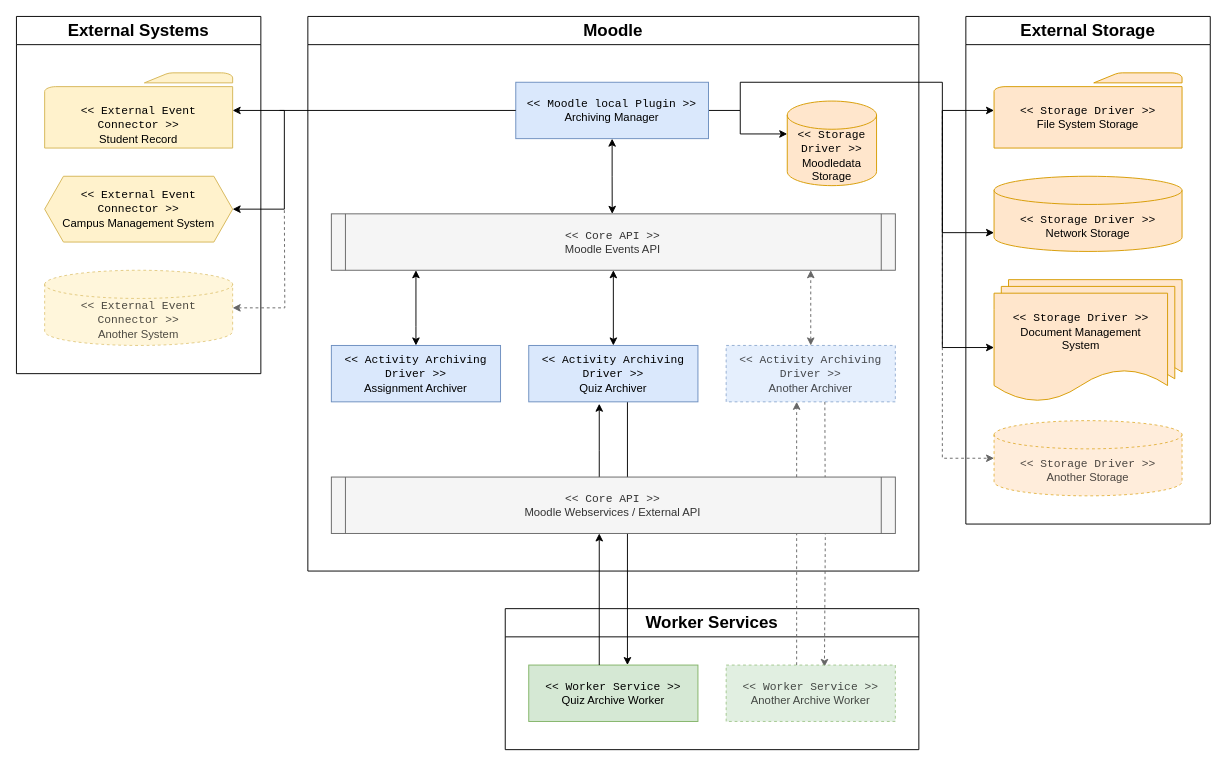
The draw.io diagram docs/dev/components/architecture-overview.drawio in ngandrass/moodle-local_archiving, before the edit. Source tidied: cells renumbered, new cells numbered last; positions are measured from the earlier drawing's top-left corner, leaving out a move shared by most shapes. Both pictures are drawn from the tidied source at 94%, with x=0, y=0 at pixel (16, 16).
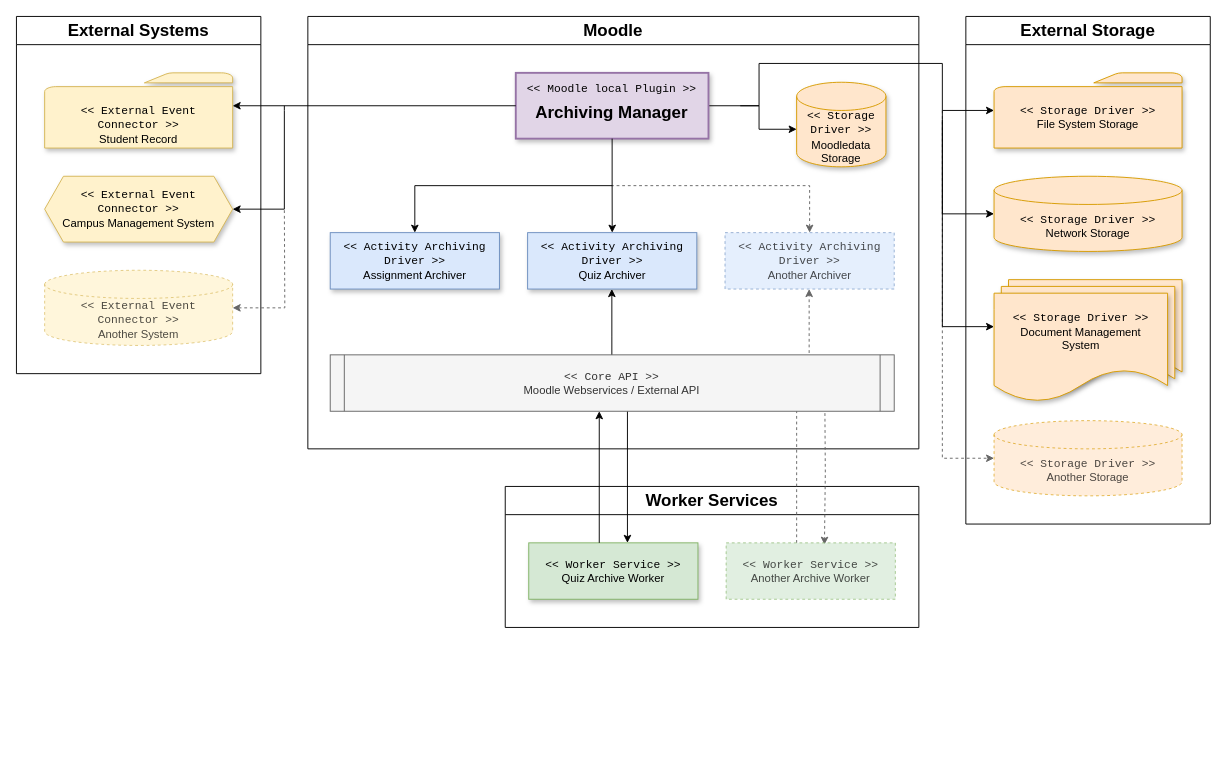
Above is the later version.

Commit message (it also covers changes not shown here):
docs: Update archiving manager component page according to latest code changes

The change refers to these unchanged cells:
```xml
<mxCell id="24" value="&lt;span style=&quot;font-size: 18px;&quot;&gt;External Storage&lt;/span&gt;" style="swimlane;whiteSpace=wrap;html=1;startSize=30;" parent="1" vertex="1">
  <mxGeometry x="1010" width="260" height="540" as="geometry" />
</mxCell>
<mxCell id="37" value="&lt;span style=&quot;font-size: 18px;&quot;&gt;External Systems&lt;/span&gt;" style="swimlane;whiteSpace=wrap;html=1;startSize=30;" parent="1" vertex="1">
  <mxGeometry width="260" height="380" as="geometry" />
</mxCell>
```

What changed in the source:
```diff
@@
     <mxCell id="3" value="&lt;font style=&quot;font-size: 18px;&quot;&gt;Worker Services&lt;/font&gt;" style="swimlane;whiteSpace=wrap;html=1;startSize=30;" parent="1" vertex="1">
-      <mxGeometry x="520" y="630" width="440" height="150" as="geometry" />
+      <mxGeometry x="520" y="500" width="440" height="150" as="geometry" />
     </mxCell>
@@
     <mxCell id="5" style="edgeStyle=orthogonalEdgeStyle;rounded=0;orthogonalLoop=1;jettySize=auto;html=1;" parent="1" edge="1">
       <mxGeometry relative="1" as="geometry">
         <mxPoint x="650" y="410" as="sourcePoint" />
-        <mxPoint x="650" y="690" as="targetPoint" />
+        <mxPoint x="650" y="560" as="targetPoint" />
       </mxGeometry>
     </mxCell>
     <mxCell id="6" value="&lt;font style=&quot;font-size: 18px;&quot;&gt;Moodle&lt;/font&gt;" style="swimlane;whiteSpace=wrap;html=1;startSize=30;swimlaneLine=1;" parent="1" vertex="1">
-      <mxGeometry x="310" width="650" height="590" as="geometry" />
+      <mxGeometry x="310" width="650" height="460" as="geometry" />
     </mxCell>
-    <mxCell id="7" value="&lt;font face=&quot;Courier New&quot;&gt;&amp;lt;&amp;lt; Core API &amp;gt;&amp;gt;&lt;/font&gt;&lt;br&gt;&lt;div&gt;Moodle Events API&lt;/div&gt;" style="shape=process;whiteSpace=wrap;html=1;backgroundOutline=1;size=0.02564102564102564;fillColor=#f5f5f5;fontColor=#333333;strokeColor=#666666;" parent="6" vertex="1">
-      <mxGeometry x="25" y="210" width="600" height="60" as="geometry" />
-    </mxCell>
-    <mxCell id="8" style="edgeStyle=orthogonalEdgeStyle;rounded=0;jettySize=auto;html=1;startArrow=classic;startFill=1;" parent="6" edge="1" source="10">
-      <mxGeometry relative="1" as="geometry">
-        <mxPoint x="323.8" y="210" as="targetPoint" />
-      </mxGeometry>
-    </mxCell>
     <mxCell id="9" style="edgeStyle=orthogonalEdgeStyle;rounded=0;jettySize=auto;html=1;" parent="6" edge="1" source="10" target="23">
       <mxGeometry relative="1" as="geometry">
         <Array as="points">
-          <mxPoint x="460" y="100" />
-          <mxPoint x="460" y="125" />
+          <mxPoint x="480" y="95" />
+          <mxPoint x="480" y="120" />
         </Array>
       </mxGeometry>
     </mxCell>
-    <mxCell id="10" value="&lt;font face=&quot;Courier New&quot; style=&quot;font-size: 12px;&quot;&gt;&amp;lt;&amp;lt; Moodle local Plugin &amp;gt;&amp;gt;&lt;/font&gt;&lt;div style=&quot;&quot;&gt;&lt;span style=&quot;background-color: initial;&quot;&gt;Archiving Manager&lt;/span&gt;&lt;br&gt;&lt;/div&gt;" style="rounded=0;whiteSpace=wrap;html=1;fillColor=#dae8fc;strokeColor=#6c8ebf;spacing=2;" parent="6" vertex="1">
-      <mxGeometry x="221.2" y="70" width="205" height="60" as="geometry" />
+    <mxCell id="10" value="&lt;font face=&quot;Courier New&quot; style=&quot;font-size: 12px;&quot;&gt;&amp;lt;&amp;lt; &lt;/font&gt;&lt;font face=&quot;Courier New&quot;&gt;Moodle&lt;/font&gt;&lt;font face=&quot;Courier New&quot; style=&quot;font-size: 12px;&quot;&gt; local Plugin &amp;gt;&amp;gt;&lt;/font&gt;&lt;div style=&quot;&quot;&gt;&lt;span style=&quot;background-color: initial;&quot;&gt;&lt;b&gt;&lt;font style=&quot;font-size: 18px; line-height: 200%;&quot;&gt;Archiving Manager&lt;/font&gt;&lt;/b&gt;&lt;/span&gt;&lt;br&gt;&lt;/div&gt;" style="rounded=0;whiteSpace=wrap;html=1;fillColor=#e1d5e7;strokeColor=#9673a6;spacing=2;strokeWidth=2;fontStyle=0;shadow=1;perimeterSpacing=0;" parent="6" vertex="1">
+      <mxGeometry x="221.2" y="60" width="205" height="70" as="geometry" />
     </mxCell>
-    <mxCell id="11" style="edgeStyle=orthogonalEdgeStyle;rounded=0;jettySize=auto;html=1;startArrow=classic;startFill=1;" parent="6" edge="1" source="12" target="7">
-      <mxGeometry relative="1" as="geometry">
-        <Array as="points">
-          <mxPoint x="115" y="330" />
-          <mxPoint x="115" y="330" />
-        </Array>
-      </mxGeometry>
-    </mxCell>
-    <mxCell id="12" value="&lt;font face=&quot;Courier New&quot; style=&quot;font-size: 12px;&quot;&gt;&amp;lt;&amp;lt; Activity Archiving Driver &amp;gt;&amp;gt;&lt;/font&gt;&lt;div style=&quot;&quot;&gt;Assignment Archiver&lt;/div&gt;" style="rounded=0;whiteSpace=wrap;html=1;fillColor=#dae8fc;strokeColor=#6c8ebf;spacing=2;" parent="6" vertex="1">
-      <mxGeometry x="25" y="350" width="180" height="60" as="geometry" />
+    <mxCell id="12" value="&lt;font face=&quot;Courier New&quot; style=&quot;font-size: 12px;&quot;&gt;&amp;lt;&amp;lt; Activity Archiving Driver &amp;gt;&amp;gt;&lt;/font&gt;&lt;div style=&quot;&quot;&gt;Assignment Archiver&lt;/div&gt;" style="rounded=0;whiteSpace=wrap;html=1;fillColor=#dae8fc;strokeColor=#6c8ebf;spacing=2;shadow=1;" parent="6" vertex="1">
+      <mxGeometry x="23.8" y="230" width="180" height="60" as="geometry" />
     </mxCell>
-    <mxCell id="13" style="edgeStyle=orthogonalEdgeStyle;rounded=0;jettySize=auto;html=1;startArrow=classic;startFill=1;" parent="6" edge="1" source="14" target="7">
-      <mxGeometry relative="1" as="geometry" />
-    </mxCell>
-    <mxCell id="14" value="&lt;font face=&quot;Courier New&quot; style=&quot;font-size: 12px;&quot;&gt;&amp;lt;&amp;lt;&amp;nbsp;&lt;/font&gt;&lt;span style=&quot;font-family: &amp;quot;Courier New&amp;quot;;&quot;&gt;Activity Archiving Driver&lt;/span&gt;&lt;font face=&quot;Courier New&quot; style=&quot;font-size: 12px;&quot;&gt;&amp;nbsp;&amp;gt;&amp;gt;&lt;/font&gt;&lt;div style=&quot;&quot;&gt;Quiz Archiver&lt;/div&gt;" style="rounded=0;whiteSpace=wrap;html=1;fillColor=#dae8fc;strokeColor=#6c8ebf;spacing=2;" parent="6" vertex="1">
-      <mxGeometry x="235" y="350" width="180" height="60" as="geometry" />
+    <mxCell id="14" value="&lt;font face=&quot;Courier New&quot; style=&quot;font-size: 12px;&quot;&gt;&amp;lt;&amp;lt;&amp;nbsp;&lt;/font&gt;&lt;span style=&quot;font-family: &amp;quot;Courier New&amp;quot;;&quot;&gt;&lt;font&gt;Activity&lt;/font&gt; Archiving Driver&lt;/span&gt;&lt;font face=&quot;Courier New&quot; style=&quot;font-size: 12px;&quot;&gt;&amp;nbsp;&amp;gt;&amp;gt;&lt;/font&gt;&lt;div style=&quot;&quot;&gt;Quiz Archiver&lt;/div&gt;" style="rounded=0;whiteSpace=wrap;html=1;fillColor=#dae8fc;strokeColor=#6c8ebf;spacing=2;shadow=1;" parent="6" vertex="1">
+      <mxGeometry x="233.8" y="230" width="180" height="60" as="geometry" />
     </mxCell>
-    <mxCell id="15" style="edgeStyle=orthogonalEdgeStyle;rounded=0;jettySize=auto;html=1;dashed=1;startArrow=classic;startFill=1;fillColor=#f5f5f5;strokeColor=#666666;" parent="6" edge="1" source="17" target="7">
+    <mxCell id="15" style="edgeStyle=orthogonalEdgeStyle;rounded=0;jettySize=auto;html=1;dashed=1;startArrow=classic;startFill=1;fillColor=#f5f5f5;strokeColor=#666666;endArrow=none;" parent="6" edge="1" source="17">
       <mxGeometry relative="1" as="geometry">
+        <mxPoint x="323" y="180" as="targetPoint" />
         <Array as="points">
-          <mxPoint x="535" y="340" />
-          <mxPoint x="535" y="340" />
+          <mxPoint x="534" y="180" />
         </Array>
       </mxGeometry>
     </mxCell>
@@
-    <mxCell id="17" value="&lt;font face=&quot;Courier New&quot; style=&quot;font-size: 12px;&quot;&gt;&amp;lt;&amp;lt;&amp;nbsp;&lt;/font&gt;&lt;span style=&quot;font-family: &amp;quot;Courier New&amp;quot;;&quot;&gt;Activity Archiving Driver&lt;/span&gt;&lt;font face=&quot;Courier New&quot; style=&quot;font-size: 12px;&quot;&gt;&amp;nbsp;&amp;gt;&amp;gt;&lt;/font&gt;&lt;div style=&quot;&quot;&gt;Another Archiver&lt;/div&gt;" style="rounded=0;whiteSpace=wrap;html=1;fillColor=#dae8fc;strokeColor=#6c8ebf;spacing=2;dashed=1;opacity=70;textOpacity=70;" parent="6" vertex="1">
-      <mxGeometry x="445" y="350" width="180" height="60" as="geometry" />
+    <mxCell id="17" value="&lt;font face=&quot;Courier New&quot; style=&quot;font-size: 12px;&quot;&gt;&amp;lt;&amp;lt;&amp;nbsp;&lt;/font&gt;&lt;span style=&quot;font-family: &amp;quot;Courier New&amp;quot;;&quot;&gt;Activity Archiving Driver&lt;/span&gt;&lt;font face=&quot;Courier New&quot; style=&quot;font-size: 12px;&quot;&gt;&amp;nbsp;&amp;gt;&amp;gt;&lt;/font&gt;&lt;div style=&quot;&quot;&gt;Another Archiver&lt;/div&gt;" style="rounded=0;whiteSpace=wrap;html=1;fillColor=#dae8fc;strokeColor=#6c8ebf;spacing=2;dashed=1;opacity=70;textOpacity=70;shadow=0;" parent="6" vertex="1">
+      <mxGeometry x="443.8" y="230" width="180" height="60" as="geometry" />
     </mxCell>
     <mxCell id="18" style="edgeStyle=orthogonalEdgeStyle;rounded=0;orthogonalLoop=1;jettySize=auto;html=1;" parent="6" edge="1">
       <mxGeometry relative="1" as="geometry">
-        <mxPoint x="310" y="492" as="sourcePoint" />
-        <mxPoint x="310" y="412" as="targetPoint" />
+        <mxPoint x="323.4" y="370" as="sourcePoint" />
+        <mxPoint x="323.4" y="290" as="targetPoint" />
         <Array as="points">
-          <mxPoint x="310" y="462" />
-          <mxPoint x="310" y="462" />
+          <mxPoint x="323.4" y="340" />
+          <mxPoint x="323.4" y="340" />
         </Array>
       </mxGeometry>
     </mxCell>
     <mxCell id="19" style="edgeStyle=orthogonalEdgeStyle;rounded=0;orthogonalLoop=1;jettySize=auto;html=1;fillColor=#f5f5f5;strokeColor=#666666;dashed=1;" parent="6" edge="1">
       <mxGeometry relative="1" as="geometry">
-        <mxPoint x="520" y="490" as="sourcePoint" />
-        <mxPoint x="520" y="410" as="targetPoint" />
+        <mxPoint x="533.3" y="370" as="sourcePoint" />
+        <mxPoint x="533.3" y="290" as="targetPoint" />
         <Array as="points">
-          <mxPoint x="520" y="460" />
-          <mxPoint x="520" y="460" />
+          <mxPoint x="533.3" y="340" />
+          <mxPoint x="533.3" y="340" />
         </Array>
       </mxGeometry>
     </mxCell>
     <mxCell id="20" value="&lt;font face=&quot;Courier New&quot; style=&quot;font-size: 12px;&quot;&gt;&amp;lt;&amp;lt; Worker Service &amp;gt;&amp;gt;&lt;/font&gt;&lt;div style=&quot;&quot;&gt;Another Archive Worker&lt;/div&gt;" style="rounded=0;whiteSpace=wrap;html=1;fillColor=#d5e8d4;strokeColor=#82b366;spacing=2;opacity=70;dashed=1;textOpacity=70;" parent="6" vertex="1">
-      <mxGeometry x="445" y="690" width="180" height="60" as="geometry" />
+      <mxGeometry x="445" y="560" width="180" height="60" as="geometry" />
     </mxCell>
-    <mxCell id="21" value="&lt;font face=&quot;Courier New&quot; style=&quot;font-size: 12px;&quot;&gt;&amp;lt;&amp;lt; Worker Service &amp;gt;&amp;gt;&lt;/font&gt;&lt;div style=&quot;&quot;&gt;Quiz Archive Worker&lt;/div&gt;" style="rounded=0;whiteSpace=wrap;html=1;fillColor=#d5e8d4;strokeColor=#82b366;spacing=2;" parent="6" vertex="1">
-      <mxGeometry x="235" y="690" width="180" height="60" as="geometry" />
+    <mxCell id="21" value="&lt;font face=&quot;Courier New&quot; style=&quot;font-size: 12px;&quot;&gt;&amp;lt;&amp;lt; Worker Service &amp;gt;&amp;gt;&lt;/font&gt;&lt;div style=&quot;&quot;&gt;Quiz Archive Worker&lt;/div&gt;" style="rounded=0;whiteSpace=wrap;html=1;fillColor=#d5e8d4;strokeColor=#82b366;spacing=2;shadow=1;" parent="6" vertex="1">
+      <mxGeometry x="235" y="560" width="180" height="60" as="geometry" />
     </mxCell>
     <mxCell id="22" value="&lt;font face=&quot;Courier New&quot;&gt;&amp;lt;&amp;lt; Core API &amp;gt;&amp;gt;&lt;/font&gt;&lt;br&gt;&lt;div&gt;Moodle Webservices / External API&lt;/div&gt;" style="shape=process;whiteSpace=wrap;html=1;backgroundOutline=1;size=0.02564102564102564;fillColor=#f5f5f5;fontColor=#333333;strokeColor=#666666;" parent="6" vertex="1">
-      <mxGeometry x="25" y="490" width="600" height="60" as="geometry" />
+      <mxGeometry x="23.8" y="360" width="600" height="60" as="geometry" />
     </mxCell>
-    <mxCell id="23" value="&lt;font face=&quot;Courier New&quot;&gt;&amp;lt;&amp;lt; Storage Driver &amp;gt;&amp;gt;&lt;/font&gt;&lt;div&gt;Moodledata Storage&lt;/div&gt;" style="shape=cylinder3;whiteSpace=wrap;html=1;boundedLbl=1;backgroundOutline=1;size=15;fillColor=#ffe6cc;strokeColor=#d79b00;" parent="6" vertex="1">
-      <mxGeometry x="510" y="90" width="95" height="90" as="geometry" />
+    <mxCell id="23" value="&lt;font face=&quot;Courier New&quot;&gt;&amp;lt;&amp;lt; Storage Driver &amp;gt;&amp;gt;&lt;/font&gt;&lt;div&gt;Moodledata Storage&lt;/div&gt;" style="shape=cylinder3;whiteSpace=wrap;html=1;boundedLbl=1;backgroundOutline=1;size=15;fillColor=#ffe6cc;strokeColor=#d79b00;shadow=1;" parent="6" vertex="1">
+      <mxGeometry x="520" y="70" width="95" height="90" as="geometry" />
     </mxCell>
+    <mxCell id="36" style="edgeStyle=orthogonalEdgeStyle;rounded=0;jettySize=auto;html=1;" parent="6" edge="1" target="30">
+      <mxGeometry relative="1" as="geometry">
+        <mxPoint x="460" y="95" as="sourcePoint" />
+        <Array as="points">
+          <mxPoint x="460" y="95" />
+          <mxPoint x="480" y="95" />
+          <mxPoint x="480" y="50" />
+          <mxPoint x="675" y="50" />
+          <mxPoint x="675" y="100" />
+        </Array>
+      </mxGeometry>
+    </mxCell>
+    <mxCell id="43" style="edgeStyle=orthogonalEdgeStyle;rounded=0;jettySize=auto;html=1;" parent="6" edge="1" source="10" target="14">
+      <mxGeometry relative="1" as="geometry" />
+    </mxCell>
+    <mxCell id="11" style="edgeStyle=orthogonalEdgeStyle;rounded=0;jettySize=auto;html=1;startArrow=classic;startFill=1;endArrow=none;endFill=1;" parent="6" edge="1" source="12">
+      <mxGeometry relative="1" as="geometry">
+        <mxPoint x="324" y="180" as="targetPoint" />
+        <Array as="points">
+          <mxPoint x="114" y="180" />
+          <mxPoint x="324" y="180" />
+        </Array>
+      </mxGeometry>
+    </mxCell>
@@
-    <mxCell id="25" value="&lt;font face=&quot;Courier New&quot;&gt;&amp;lt;&amp;lt; Storage Driver &amp;gt;&amp;gt;&lt;/font&gt;&lt;div&gt;Network Storage&lt;/div&gt;" style="shape=cylinder3;whiteSpace=wrap;html=1;boundedLbl=1;backgroundOutline=1;size=15;fillColor=#ffe6cc;strokeColor=#d79b00;" parent="24" vertex="1">
+    <mxCell id="25" value="&lt;font face=&quot;Courier New&quot;&gt;&amp;lt;&amp;lt; Storage Driver &amp;gt;&amp;gt;&lt;/font&gt;&lt;div&gt;Network Storage&lt;/div&gt;" style="shape=cylinder3;whiteSpace=wrap;html=1;boundedLbl=1;backgroundOutline=1;size=15;fillColor=#ffe6cc;strokeColor=#d79b00;shadow=1;" parent="24" vertex="1">
       <mxGeometry x="30" y="170" width="200" height="80" as="geometry" />
     </mxCell>
-    <mxCell id="26" style="group;" parent="24" vertex="1">
+    <mxCell id="26" style="group;shadow=1;glass=0;" parent="24" vertex="1">
       <mxGeometry x="30" y="280" width="200" height="130" as="geometry" />
     </mxCell>
-    <mxCell id="27" style="shape=document;whiteSpace=wrap;html=1;boundedLbl=1;fillColor=#ffe6cc;strokeColor=#d79b00;" parent="26" vertex="1">
+    <mxCell id="27" style="shape=document;whiteSpace=wrap;html=1;boundedLbl=1;fillColor=#ffe6cc;strokeColor=#d79b00;shadow=1;" parent="26" vertex="1">
       <mxGeometry x="15.4" width="184.6" height="115.6" as="geometry" />
     </mxCell>
-    <mxCell id="28" style="shape=document;whiteSpace=wrap;html=1;boundedLbl=1;fillColor=#ffe6cc;strokeColor=#d79b00;" parent="26" vertex="1">
+    <mxCell id="28" style="shape=document;whiteSpace=wrap;html=1;boundedLbl=1;fillColor=#ffe6cc;strokeColor=#d79b00;shadow=1;" parent="26" vertex="1">
       <mxGeometry x="7.7" y="7.2" width="184.6" height="115.6" as="geometry" />
     </mxCell>
-    <mxCell id="29" value="&lt;font face=&quot;Courier New&quot;&gt;&amp;lt;&amp;lt; Storage Driver &amp;gt;&amp;gt;&lt;/font&gt;&lt;div&gt;Document Management&lt;br&gt;System&lt;/div&gt;" style="shape=document;whiteSpace=wrap;html=1;boundedLbl=1;fillColor=#ffe6cc;strokeColor=#d79b00;" parent="26" vertex="1">
+    <mxCell id="29" value="&lt;font face=&quot;Courier New&quot;&gt;&amp;lt;&amp;lt; Storage Driver &amp;gt;&amp;gt;&lt;/font&gt;&lt;div&gt;Document Management&lt;br&gt;System&lt;/div&gt;" style="shape=document;whiteSpace=wrap;html=1;boundedLbl=1;fillColor=#ffe6cc;strokeColor=#d79b00;shadow=1;" parent="26" vertex="1">
       <mxGeometry y="14.4" width="184.6" height="115.6" as="geometry" />
     </mxCell>
-    <mxCell id="30" value="&lt;font style=&quot;text-wrap: wrap;&quot; face=&quot;Courier New&quot;&gt;&amp;lt;&amp;lt; Storage Driver &amp;gt;&amp;gt;&lt;/font&gt;&lt;div style=&quot;text-wrap: wrap;&quot;&gt;File System Storage&lt;/div&gt;" style="sketch=0;shadow=0;dashed=0;html=1;strokeColor=#d79b00;fillColor=#ffe6cc;labelPosition=center;verticalLabelPosition=bottom;verticalAlign=top;outlineConnect=0;align=center;shape=mxgraph.office.concepts.folder;spacingTop=-54;spacingLeft=0;whiteSpace=wrap;" parent="24" vertex="1">
+    <mxCell id="30" value="&lt;font style=&quot;text-wrap: wrap;&quot; face=&quot;Courier New&quot;&gt;&amp;lt;&amp;lt; Storage Driver &amp;gt;&amp;gt;&lt;/font&gt;&lt;div style=&quot;text-wrap: wrap;&quot;&gt;File System Storage&lt;/div&gt;" style="sketch=0;shadow=1;dashed=0;html=1;strokeColor=#d79b00;fillColor=#ffe6cc;labelPosition=center;verticalLabelPosition=bottom;verticalAlign=top;outlineConnect=0;align=center;shape=mxgraph.office.concepts.folder;spacingTop=-54;spacingLeft=0;whiteSpace=wrap;" parent="24" vertex="1">
       <mxGeometry x="30" y="60" width="200" height="80" as="geometry" />
     </mxCell>
@@
-    <mxCell id="32" value="&lt;font face=&quot;Courier New&quot;&gt;&amp;lt;&amp;lt; External Event&lt;br&gt;Connector &amp;gt;&amp;gt;&lt;/font&gt;&lt;div&gt;Student Record&lt;/div&gt;" style="sketch=0;shadow=0;dashed=0;html=1;strokeColor=#d6b656;fillColor=#fff2cc;labelPosition=center;verticalLabelPosition=bottom;verticalAlign=top;outlineConnect=0;align=center;shape=mxgraph.office.concepts.folder;spacingTop=-54;spacingLeft=0;whiteSpace=wrap;" parent="24" vertex="1">
+    <mxCell id="32" value="&lt;font face=&quot;Courier New&quot;&gt;&amp;lt;&amp;lt; External Event&lt;br&gt;Connector &amp;gt;&amp;gt;&lt;/font&gt;&lt;div&gt;Student Record&lt;/div&gt;" style="sketch=0;shadow=1;dashed=0;html=1;strokeColor=#d6b656;fillColor=#fff2cc;labelPosition=center;verticalLabelPosition=bottom;verticalAlign=top;outlineConnect=0;align=center;shape=mxgraph.office.concepts.folder;spacingTop=-54;spacingLeft=0;whiteSpace=wrap;" parent="24" vertex="1">
       <mxGeometry x="-980" y="60" width="200" height="80" as="geometry" />
     </mxCell>
-    <mxCell id="33" style="edgeStyle=orthogonalEdgeStyle;rounded=0;jettySize=auto;html=1;" parent="1" edge="1" target="25">
+    <mxCell id="33" style="edgeStyle=orthogonalEdgeStyle;rounded=0;orthogonalLoop=1;jettySize=auto;html=1;" parent="1" edge="1">
       <mxGeometry relative="1" as="geometry">
-        <mxPoint x="985" y="100" as="sourcePoint" />
+        <mxPoint x="985" y="110" as="sourcePoint" />
+        <mxPoint x="1040" y="210" as="targetPoint" />
         <Array as="points">
-          <mxPoint x="985" y="100" />
-          <mxPoint x="985" y="230" />
+          <mxPoint x="985" y="210" />
         </Array>
       </mxGeometry>
     </mxCell>
-    <mxCell id="34" style="edgeStyle=orthogonalEdgeStyle;rounded=0;jettySize=auto;html=1;entryX=0;entryY=0.5;entryDx=0;entryDy=0;" parent="1" edge="1" target="29">
+    <mxCell id="34" style="edgeStyle=orthogonalEdgeStyle;rounded=0;orthogonalLoop=1;jettySize=auto;html=1;" parent="1" edge="1">
       <mxGeometry relative="1" as="geometry">
         <mxPoint x="985" y="100" as="sourcePoint" />
+        <mxPoint x="1040" y="330" as="targetPoint" />
         <Array as="points">
-          <mxPoint x="985" y="100" />
-          <mxPoint x="985" y="352" />
+          <mxPoint x="985" y="330" />
+          <mxPoint x="1040" y="330" />
         </Array>
       </mxGeometry>
     </mxCell>
     <mxCell id="35" style="edgeStyle=orthogonalEdgeStyle;rounded=0;orthogonalLoop=1;jettySize=auto;html=1;" parent="1" edge="1">
       <mxGeometry relative="1" as="geometry">
-        <mxPoint x="620" y="690" as="sourcePoint" />
-        <mxPoint x="620" y="550" as="targetPoint" />
+        <mxPoint x="620" y="560" as="sourcePoint" />
+        <mxPoint x="620" y="420" as="targetPoint" />
       </mxGeometry>
     </mxCell>
-    <mxCell id="36" style="edgeStyle=orthogonalEdgeStyle;rounded=0;jettySize=auto;html=1;" parent="1" edge="1" target="30">
-      <mxGeometry relative="1" as="geometry">
-        <mxPoint x="770" y="100" as="sourcePoint" />
-        <Array as="points">
-          <mxPoint x="770" y="70" />
-          <mxPoint x="985" y="70" />
-          <mxPoint x="985" y="100" />
-        </Array>
-      </mxGeometry>
-    </mxCell>
@@
     <mxCell id="40" style="edgeStyle=orthogonalEdgeStyle;rounded=0;jettySize=auto;html=1;endArrow=none;endFill=0;startArrow=classic;startFill=1;" parent="37" edge="1" source="41">
       <mxGeometry relative="1" as="geometry">
-        <mxPoint x="280" y="100" as="targetPoint" />
+        <mxPoint x="285" y="95" as="targetPoint" />
         <Array as="points">
           <mxPoint x="285" y="205" />
           <mxPoint x="285" y="100" />
         </Array>
       </mxGeometry>
     </mxCell>
-    <mxCell id="41" value="&lt;font face=&quot;Courier New&quot;&gt;&amp;lt;&amp;lt; External Event&lt;br&gt;Connector &amp;gt;&amp;gt;&lt;/font&gt;&lt;div&gt;Campus Management System&lt;/div&gt;" style="shape=hexagon;perimeter=hexagonPerimeter2;whiteSpace=wrap;html=1;fixedSize=1;fillColor=#fff2cc;strokeColor=#d6b656;" parent="37" vertex="1">
+    <mxCell id="41" value="&lt;font face=&quot;Courier New&quot;&gt;&amp;lt;&amp;lt; External Event&lt;br&gt;Connector &amp;gt;&amp;gt;&lt;/font&gt;&lt;div&gt;Campus Management System&lt;/div&gt;" style="shape=hexagon;perimeter=hexagonPerimeter2;whiteSpace=wrap;html=1;fixedSize=1;fillColor=#fff2cc;strokeColor=#d6b656;shadow=1;" parent="37" vertex="1">
       <mxGeometry x="30" y="170" width="200" height="70" as="geometry" />
     </mxCell>
     <mxCell id="42" style="edgeStyle=orthogonalEdgeStyle;rounded=0;jettySize=auto;html=1;" parent="1" edge="1" source="10" target="32">
-      <mxGeometry relative="1" as="geometry" />
+      <mxGeometry relative="1" as="geometry">
+        <Array as="points">
+          <mxPoint x="260" y="95" />
+          <mxPoint x="260" y="95" />
+        </Array>
+      </mxGeometry>
     </mxCell>
```
